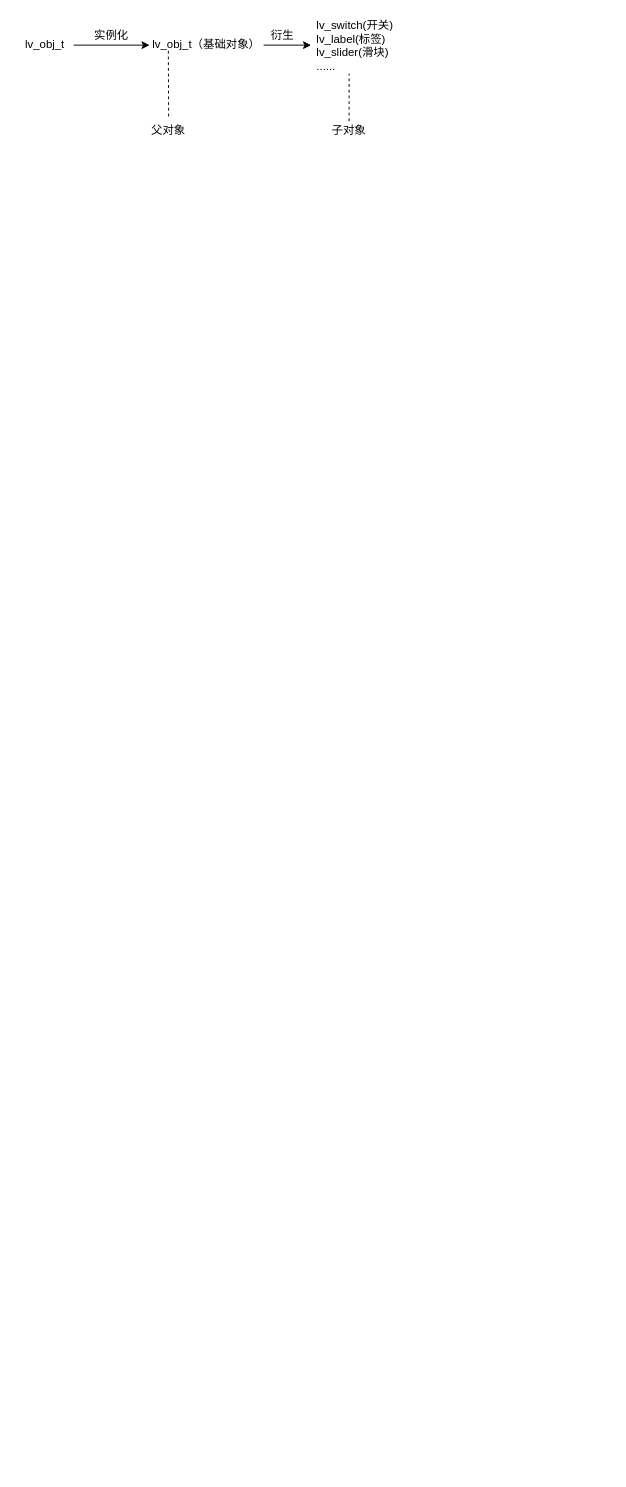
Above: 未命名绘图.drawio in Jeafly/DrawIO (draw.io), before the change. Source tidied: cells renumbered, new cells numbered last; positions are measured from the earlier drawing's top-left corner, leaving out a move shared by most shapes. Both pictures are drawn from the tidied source at 95%, with x=0, y=0 at pixel (16, 16).
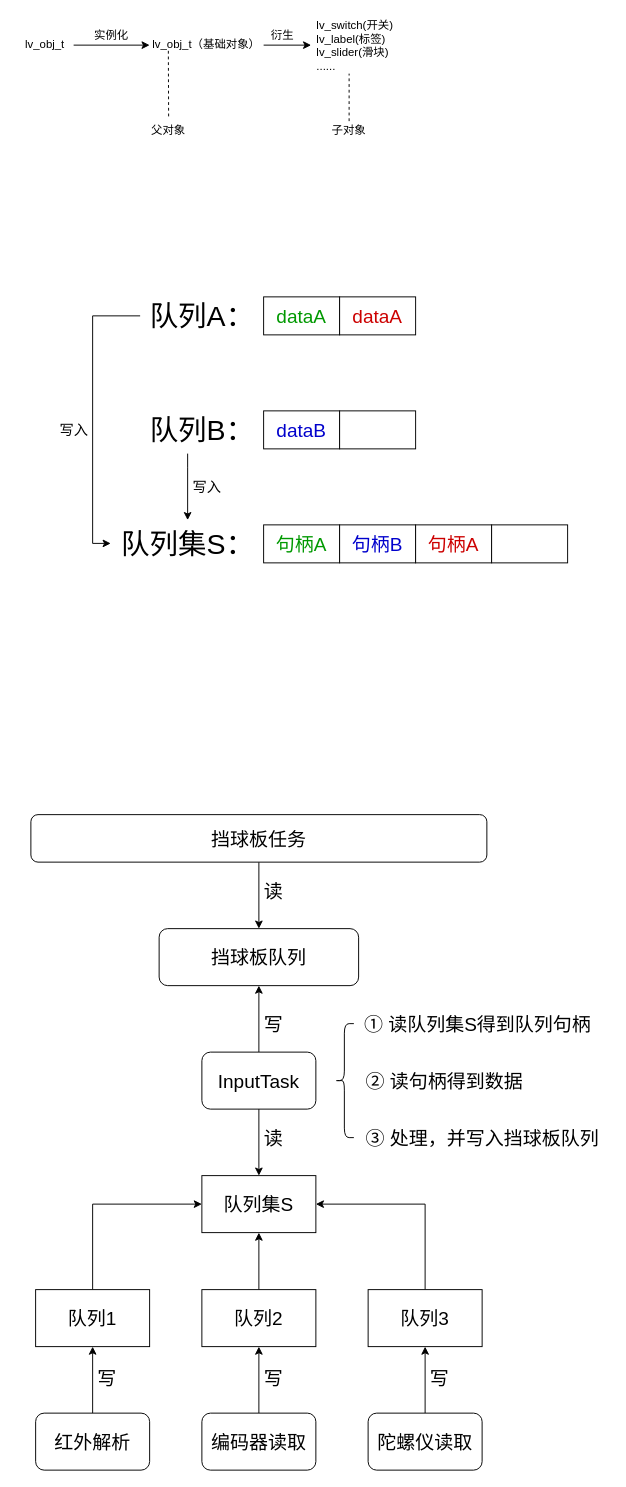
The same diagram, later.

Commit message:
更新未命名绘图.drawio

The edit, as a diff of the source:
```diff
@@
+    <mxCell id="13" value="&lt;font style=&quot;font-size: 30px;&quot;&gt;队列A：&lt;/font&gt;" style="text;html=1;align=center;verticalAlign=middle;points=[];strokeColor=none;fillColor=none;" parent="1" vertex="1">
+      <mxGeometry x="130" y="290" width="130" height="50" as="geometry" />
+    </mxCell>
+    <mxCell id="14" value="dataA" style="rounded=0;whiteSpace=wrap;html=1;fontSize=20;fontColor=#009900;" parent="1" vertex="1">
+      <mxGeometry x="260" y="295" width="80" height="40" as="geometry" />
+    </mxCell>
+    <mxCell id="15" value="dataA" style="rounded=0;whiteSpace=wrap;html=1;fontColor=#CC0000;fontSize=20;" parent="1" vertex="1">
+      <mxGeometry x="340" y="295" width="80" height="40" as="geometry" />
+    </mxCell>
+    <mxCell id="16" style="edgeStyle=orthogonalEdgeStyle;rounded=0;jettySize=auto;html=1;" parent="1" edge="1" source="17" target="20">
+      <mxGeometry relative="1" as="geometry">
+        <Array as="points">
+          <mxPoint x="180" y="475" />
+          <mxPoint x="180" y="475" />
+        </Array>
+      </mxGeometry>
+    </mxCell>
+    <mxCell id="17" value="&lt;font style=&quot;font-size: 30px;&quot;&gt;队列B：&lt;/font&gt;" style="text;html=1;align=center;verticalAlign=middle;points=[];strokeColor=none;fillColor=none;" parent="1" vertex="1">
+      <mxGeometry x="130" y="410" width="130" height="50" as="geometry" />
+    </mxCell>
+    <mxCell id="18" value="dataB" style="rounded=0;whiteSpace=wrap;html=1;fontColor=#0000CC;fontSize=20;" parent="1" vertex="1">
+      <mxGeometry x="260" y="415" width="80" height="40" as="geometry" />
+    </mxCell>
+    <mxCell id="19" style="rounded=0;whiteSpace=wrap;html=1;" parent="1" vertex="1">
+      <mxGeometry x="340" y="415" width="80" height="40" as="geometry" />
+    </mxCell>
+    <mxCell id="20" value="&lt;font style=&quot;font-size: 30px;&quot;&gt;队列集S：&lt;/font&gt;" style="text;html=1;align=center;verticalAlign=middle;points=[];strokeColor=none;fillColor=none;" parent="1" vertex="1">
+      <mxGeometry x="100" y="530" width="160" height="50" as="geometry" />
+    </mxCell>
+    <mxCell id="21" value="句柄A" style="rounded=0;whiteSpace=wrap;html=1;fontColor=#009900;fontSize=20;" parent="1" vertex="1">
+      <mxGeometry x="260" y="535" width="80" height="40" as="geometry" />
+    </mxCell>
+    <mxCell id="22" value="句柄B" style="rounded=0;whiteSpace=wrap;html=1;fontColor=#0000CC;fontSize=20;" parent="1" vertex="1">
+      <mxGeometry x="340" y="535" width="80" height="40" as="geometry" />
+    </mxCell>
+    <mxCell id="23" value="句柄A" style="rounded=0;whiteSpace=wrap;html=1;fontColor=#CC0000;fontSize=20;" parent="1" vertex="1">
+      <mxGeometry x="420" y="535" width="80" height="40" as="geometry" />
+    </mxCell>
+    <mxCell id="24" style="rounded=0;whiteSpace=wrap;html=1;" parent="1" vertex="1">
+      <mxGeometry x="500" y="535" width="80" height="40" as="geometry" />
+    </mxCell>
+    <mxCell id="25" style="edgeStyle=orthogonalEdgeStyle;rounded=0;jettySize=auto;html=1;entryX=-0.006;entryY=0.49;entryDx=0;entryDy=0;entryPerimeter=0;" parent="1" edge="1" source="13" target="20">
+      <mxGeometry relative="1" as="geometry">
+        <Array as="points">
+          <mxPoint x="80" y="315" />
+          <mxPoint x="80" y="555" />
+        </Array>
+      </mxGeometry>
+    </mxCell>
+    <mxCell id="26" value="写入" style="text;html=1;align=center;verticalAlign=middle;strokeColor=none;fillColor=none;fontSize=15;" parent="1" vertex="1">
+      <mxGeometry x="35" y="420" width="50" height="30" as="geometry" />
+    </mxCell>
+    <mxCell id="27" value="写入" style="text;html=1;align=center;verticalAlign=middle;strokeColor=none;fillColor=none;fontSize=15;" parent="1" vertex="1">
+      <mxGeometry x="175" y="480" width="50" height="30" as="geometry" />
+    </mxCell>
+    <mxCell id="28" style="edgeStyle=orthogonalEdgeStyle;rounded=0;jettySize=auto;html=1;" parent="1" edge="1" source="29" target="30">
+      <mxGeometry relative="1" as="geometry" />
+    </mxCell>
+    <mxCell id="29" value="&lt;div&gt;&lt;font style=&quot;font-size: 20px;&quot;&gt;挡球板任务&lt;/font&gt;&lt;/div&gt;" style="rounded=1;whiteSpace=wrap;html=1;" parent="1" vertex="1">
+      <mxGeometry x="15" y="840" width="480" height="50" as="geometry" />
+    </mxCell>
+    <mxCell id="30" value="&lt;div&gt;&lt;span style=&quot;background-color: initial;&quot;&gt;&lt;font style=&quot;font-size: 20px;&quot;&gt;挡球板队列&lt;/font&gt;&lt;/span&gt;&lt;/div&gt;" style="rounded=1;whiteSpace=wrap;html=1;" parent="1" vertex="1">
+      <mxGeometry x="150" y="960" width="210" height="60" as="geometry" />
+    </mxCell>
+    <mxCell id="31" style="edgeStyle=orthogonalEdgeStyle;rounded=0;jettySize=auto;html=1;" parent="1" edge="1" source="33" target="30">
+      <mxGeometry relative="1" as="geometry" />
+    </mxCell>
+    <mxCell id="32" style="edgeStyle=orthogonalEdgeStyle;rounded=0;jettySize=auto;html=1;entryX=0.5;entryY=0;entryDx=0;entryDy=0;" parent="1" edge="1" source="33" target="34">
+      <mxGeometry relative="1" as="geometry" />
+    </mxCell>
+    <mxCell id="33" value="&lt;font style=&quot;font-size: 20px;&quot;&gt;InputTask&lt;/font&gt;" style="rounded=1;whiteSpace=wrap;html=1;" parent="1" vertex="1">
+      <mxGeometry x="195" y="1090" width="120" height="60" as="geometry" />
+    </mxCell>
+    <mxCell id="34" value="&lt;font style=&quot;font-size: 20px;&quot;&gt;队列集S&lt;/font&gt;" style="rounded=0;whiteSpace=wrap;html=1;" parent="1" vertex="1">
+      <mxGeometry x="195" y="1220" width="120" height="60" as="geometry" />
+    </mxCell>
+    <mxCell id="35" style="edgeStyle=orthogonalEdgeStyle;rounded=0;jettySize=auto;html=1;entryX=0;entryY=0.5;entryDx=0;entryDy=0;" parent="1" edge="1" source="36" target="34">
+      <mxGeometry relative="1" as="geometry">
+        <Array as="points">
+          <mxPoint x="80" y="1250" />
+        </Array>
+      </mxGeometry>
+    </mxCell>
+    <mxCell id="36" value="&lt;font style=&quot;font-size: 20px;&quot;&gt;队列1&lt;/font&gt;" style="rounded=0;whiteSpace=wrap;html=1;" parent="1" vertex="1">
+      <mxGeometry x="20" y="1340" width="120" height="60" as="geometry" />
+    </mxCell>
+    <mxCell id="37" style="edgeStyle=orthogonalEdgeStyle;rounded=0;jettySize=auto;html=1;" parent="1" edge="1" source="38" target="34">
+      <mxGeometry relative="1" as="geometry" />
+    </mxCell>
+    <mxCell id="38" value="&lt;font style=&quot;font-size: 20px;&quot;&gt;队列2&lt;/font&gt;" style="rounded=0;whiteSpace=wrap;html=1;" parent="1" vertex="1">
+      <mxGeometry x="195" y="1340" width="120" height="60" as="geometry" />
+    </mxCell>
+    <mxCell id="39" style="edgeStyle=orthogonalEdgeStyle;rounded=0;jettySize=auto;html=1;entryX=1;entryY=0.5;entryDx=0;entryDy=0;" parent="1" edge="1" source="40" target="34">
+      <mxGeometry relative="1" as="geometry">
+        <Array as="points">
+          <mxPoint x="430" y="1250" />
+        </Array>
+      </mxGeometry>
+    </mxCell>
+    <mxCell id="40" value="&lt;font style=&quot;font-size: 20px;&quot;&gt;队列3&lt;/font&gt;" style="rounded=0;whiteSpace=wrap;html=1;" parent="1" vertex="1">
+      <mxGeometry x="370" y="1340" width="120" height="60" as="geometry" />
+    </mxCell>
+    <mxCell id="41" style="edgeStyle=orthogonalEdgeStyle;rounded=0;jettySize=auto;html=1;" parent="1" edge="1" source="42" target="36">
+      <mxGeometry relative="1" as="geometry" />
+    </mxCell>
+    <mxCell id="42" value="&lt;font style=&quot;font-size: 20px;&quot;&gt;红外解析&lt;/font&gt;" style="rounded=1;whiteSpace=wrap;html=1;" parent="1" vertex="1">
+      <mxGeometry x="20" y="1470" width="120" height="60" as="geometry" />
+    </mxCell>
+    <mxCell id="43" style="edgeStyle=orthogonalEdgeStyle;rounded=0;jettySize=auto;html=1;" parent="1" edge="1" source="44" target="38">
+      <mxGeometry relative="1" as="geometry" />
+    </mxCell>
+    <mxCell id="44" value="&lt;font style=&quot;font-size: 20px;&quot;&gt;编码器读取&lt;/font&gt;" style="rounded=1;whiteSpace=wrap;html=1;" parent="1" vertex="1">
+      <mxGeometry x="195" y="1470" width="120" height="60" as="geometry" />
+    </mxCell>
+    <mxCell id="45" style="edgeStyle=orthogonalEdgeStyle;rounded=0;jettySize=auto;html=1;" parent="1" edge="1" source="46" target="40">
+      <mxGeometry relative="1" as="geometry" />
+    </mxCell>
+    <mxCell id="46" value="&lt;font style=&quot;font-size: 20px;&quot;&gt;陀螺仪读取&lt;/font&gt;" style="rounded=1;whiteSpace=wrap;html=1;" parent="1" vertex="1">
+      <mxGeometry x="370" y="1470" width="120" height="60" as="geometry" />
+    </mxCell>
+    <mxCell id="47" value="&lt;font style=&quot;font-size: 20px;&quot;&gt;①&amp;nbsp;读队列集S得到队列句柄&lt;/font&gt;" style="text;html=1;align=center;verticalAlign=middle;strokeColor=none;fillColor=none;" parent="1" vertex="1">
+      <mxGeometry x="355" y="1040" width="260" height="40" as="geometry" />
+    </mxCell>
+    <mxCell id="48" value="&lt;font style=&quot;font-size: 20px;&quot;&gt;②&amp;nbsp;读句柄得到数据&lt;/font&gt;" style="text;html=1;align=center;verticalAlign=middle;strokeColor=none;fillColor=none;" parent="1" vertex="1">
+      <mxGeometry x="355" y="1100" width="190" height="40" as="geometry" />
+    </mxCell>
+    <mxCell id="49" value="&lt;font style=&quot;font-size: 20px;&quot;&gt;③&amp;nbsp;处理，并写入挡球板队列&lt;/font&gt;" style="text;html=1;align=center;verticalAlign=middle;strokeColor=none;fillColor=none;" parent="1" vertex="1">
+      <mxGeometry x="355" y="1160" width="270" height="40" as="geometry" />
+    </mxCell>
+    <mxCell id="50" value="&lt;font style=&quot;font-size: 20px;&quot;&gt;写&lt;/font&gt;" style="text;html=1;align=center;verticalAlign=middle;strokeColor=none;fillColor=none;" parent="1" vertex="1">
+      <mxGeometry x="75" y="1413" width="40" height="40" as="geometry" />
+    </mxCell>
+    <mxCell id="51" value="&lt;font style=&quot;font-size: 20px;&quot;&gt;写&lt;/font&gt;" style="text;html=1;align=center;verticalAlign=middle;strokeColor=none;fillColor=none;" parent="1" vertex="1">
+      <mxGeometry x="250" y="1413" width="40" height="40" as="geometry" />
+    </mxCell>
+    <mxCell id="52" value="&lt;font style=&quot;font-size: 20px;&quot;&gt;写&lt;/font&gt;" style="text;html=1;align=center;verticalAlign=middle;strokeColor=none;fillColor=none;" parent="1" vertex="1">
+      <mxGeometry x="425" y="1413" width="40" height="40" as="geometry" />
+    </mxCell>
+    <mxCell id="53" value="&lt;font style=&quot;font-size: 20px;&quot;&gt;写&lt;/font&gt;" style="text;html=1;align=center;verticalAlign=middle;strokeColor=none;fillColor=none;" parent="1" vertex="1">
+      <mxGeometry x="250" y="1040" width="40" height="40" as="geometry" />
+    </mxCell>
+    <mxCell id="54" value="&lt;font style=&quot;font-size: 20px;&quot;&gt;读&lt;/font&gt;" style="text;html=1;align=center;verticalAlign=middle;strokeColor=none;fillColor=none;" parent="1" vertex="1">
+      <mxGeometry x="250" y="1160" width="40" height="40" as="geometry" />
+    </mxCell>
+    <mxCell id="55" value="&lt;font style=&quot;font-size: 20px;&quot;&gt;读&lt;/font&gt;" style="text;html=1;align=center;verticalAlign=middle;strokeColor=none;fillColor=none;" parent="1" vertex="1">
+      <mxGeometry x="250" y="900" width="40" height="40" as="geometry" />
+    </mxCell>
+    <mxCell id="56" style="shape=curlyBracket;whiteSpace=wrap;html=1;rounded=1;labelPosition=left;verticalLabelPosition=middle;align=right;verticalAlign=middle;" parent="1" vertex="1">
+      <mxGeometry x="335" y="1060" width="20" height="120" as="geometry" />
+    </mxCell>
```
